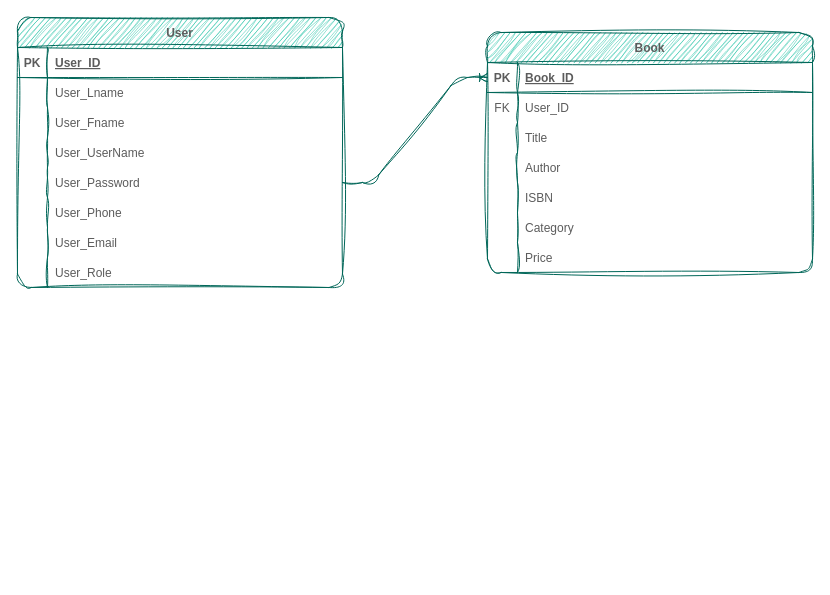
Earlier version of the draw.io diagram LMS-ERD.drawio (MalekGhazal/LMS-Project). Source tidied: cells renumbered, new cells numbered last; positions are measured from the earlier drawing's top-left corner, leaving out a move shared by most shapes. Both pictures are drawn from the tidied source at 100%, with x=0, y=0 at pixel (17, 17).
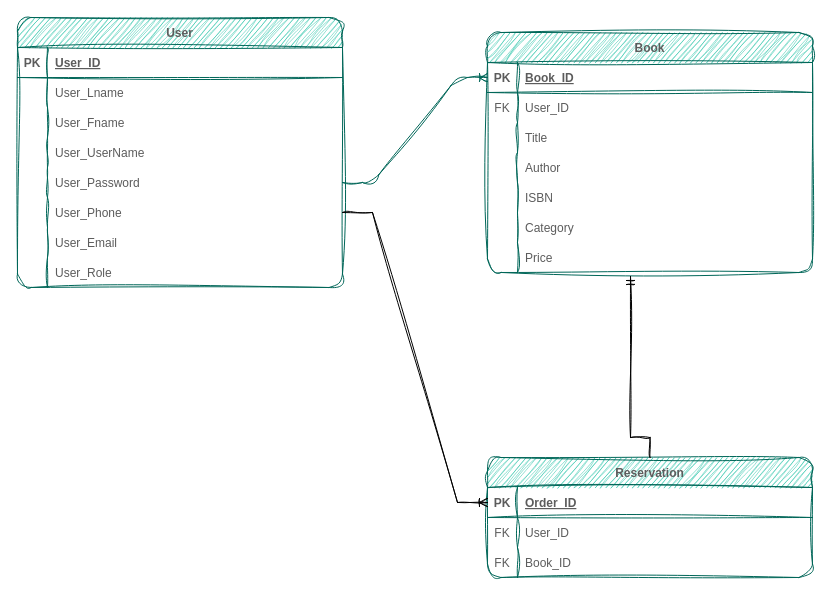
After the change.

The change refers to these unchanged cells:
```xml
<mxCell id="18" style="shape=partialRectangle;fillColor=none;points=[[0,0.5],[1,0.5]];portConstraint=eastwest;top=0;left=0;right=0;bottom=0;rounded=1;sketch=1;curveFitting=1;jiggle=2;labelBackgroundColor=none;strokeColor=#006658;fontColor=#5C5C5C;" parent="2" vertex="1">
  <mxGeometry y="180" width="325" height="30" as="geometry" />
</mxCell>
<mxCell id="46" style="shape=partialRectangle;fillColor=none;points=[[0,0.5],[1,0.5]];portConstraint=eastwest;top=0;left=0;right=0;bottom=0;rounded=1;sketch=1;curveFitting=1;jiggle=2;labelBackgroundColor=none;strokeColor=#006658;fontColor=#5C5C5C;" parent="27" vertex="1">
  <mxGeometry y="210" width="325" height="30" as="geometry" />
</mxCell>
```

The edit, as a diff of the source:
```diff
@@
+    <mxCell id="50" value="Reservation" style="shape=table;startSize=30;childLayout=tableLayout;rowLines=0;fontStyle=1;align=center;rounded=1;sketch=1;curveFitting=1;jiggle=2;labelBackgroundColor=none;fillColor=#21C0A5;strokeColor=#006658;fontColor=#5C5C5C;" parent="1" vertex="1">
+      <mxGeometry x="470" y="440" width="325" height="120" as="geometry" />
+    </mxCell>
+    <mxCell id="51" style="shape=partialRectangle;fillColor=none;points=[[0,0.5],[1,0.5]];portConstraint=eastwest;top=0;left=0;right=0;bottom=1;rounded=1;sketch=1;curveFitting=1;jiggle=2;labelBackgroundColor=none;strokeColor=#006658;fontColor=#5C5C5C;" parent="50" vertex="1">
+      <mxGeometry y="30" width="325" height="30" as="geometry" />
+    </mxCell>
+    <mxCell id="52" value="PK" style="shape=partialRectangle;overflow=hidden;fillColor=none;top=0;left=0;bottom=0;right=0;fontStyle=1;rounded=1;sketch=1;curveFitting=1;jiggle=2;labelBackgroundColor=none;strokeColor=#006658;fontColor=#5C5C5C;" parent="51" vertex="1">
+      <mxGeometry width="30" height="30" as="geometry" />
+    </mxCell>
+    <mxCell id="53" value="Order_ID" style="shape=partialRectangle;overflow=hidden;fillColor=none;top=0;left=0;bottom=0;right=0;align=left;spacingLeft=6;fontStyle=5;rounded=1;sketch=1;curveFitting=1;jiggle=2;labelBackgroundColor=none;strokeColor=#006658;fontColor=#5C5C5C;" parent="51" vertex="1">
+      <mxGeometry x="30" width="295" height="30" as="geometry" />
+    </mxCell>
+    <mxCell id="54" style="shape=partialRectangle;fillColor=none;top=0;left=0;right=0;bottom=0;rounded=1;sketch=1;curveFitting=1;jiggle=2;labelBackgroundColor=none;strokeColor=#006658;fontColor=#5C5C5C;" parent="50" vertex="1">
+      <mxGeometry y="60" width="325" height="30" as="geometry" />
+    </mxCell>
+    <mxCell id="55" value="FK" style="shape=partialRectangle;overflow=hidden;fillColor=none;top=0;left=0;bottom=0;right=0;rounded=1;sketch=1;curveFitting=1;jiggle=2;labelBackgroundColor=none;strokeColor=#006658;fontColor=#5C5C5C;" parent="54" vertex="1">
+      <mxGeometry width="30" height="30" as="geometry" />
+    </mxCell>
+    <mxCell id="56" value="User_ID" style="shape=partialRectangle;overflow=hidden;fillColor=none;top=0;left=0;bottom=0;right=0;align=left;spacingLeft=6;rounded=1;sketch=1;curveFitting=1;jiggle=2;labelBackgroundColor=none;strokeColor=#006658;fontColor=#5C5C5C;" parent="54" vertex="1">
+      <mxGeometry x="30" width="295" height="30" as="geometry" />
+    </mxCell>
+    <mxCell id="57" style="shape=partialRectangle;fillColor=none;top=0;left=0;right=0;bottom=0;rounded=1;sketch=1;curveFitting=1;jiggle=2;labelBackgroundColor=none;strokeColor=#006658;fontColor=#5C5C5C;" parent="50" vertex="1">
+      <mxGeometry y="90" width="325" height="30" as="geometry" />
+    </mxCell>
+    <mxCell id="58" value="FK" style="shape=partialRectangle;overflow=hidden;fillColor=none;top=0;left=0;bottom=0;right=0;rounded=1;sketch=1;curveFitting=1;jiggle=2;labelBackgroundColor=none;strokeColor=#006658;fontColor=#5C5C5C;" parent="57" vertex="1">
+      <mxGeometry width="30" height="30" as="geometry" />
+    </mxCell>
+    <mxCell id="59" value="Book_ID" style="shape=partialRectangle;overflow=hidden;fillColor=none;top=0;left=0;bottom=0;right=0;align=left;spacingLeft=6;rounded=1;sketch=1;curveFitting=1;jiggle=2;labelBackgroundColor=none;strokeColor=#006658;fontColor=#5C5C5C;" parent="57" vertex="1">
+      <mxGeometry x="30" width="295" height="30" as="geometry" />
+    </mxCell>
+    <mxCell id="60" style="edgeStyle=entityRelationEdgeStyle;fontSize=12;html=1;endArrow=ERoneToMany;rounded=0;sketch=1;hachureGap=4;jiggle=2;curveFitting=1;fontFamily=Architects Daughter;exitX=1;exitY=0.5;exitDx=0;exitDy=0;entryX=0;entryY=0.5;entryDx=0;entryDy=0;" parent="1" edge="1" source="18" target="51">
+      <mxGeometry relative="1" as="geometry">
+        <Array as="points">
+          <mxPoint x="457" y="380" />
+          <mxPoint x="457" y="320" />
+        </Array>
+      </mxGeometry>
+    </mxCell>
+    <mxCell id="61" style="edgeStyle=orthogonalEdgeStyle;fontSize=12;html=1;endArrow=ERmandOne;rounded=0;sketch=1;hachureGap=4;jiggle=2;curveFitting=1;fontFamily=Architects Daughter;entryX=0.44;entryY=1.133;entryDx=0;entryDy=0;entryPerimeter=0;exitX=0.5;exitY=0;exitDx=0;exitDy=0;" parent="1" edge="1" source="50" target="46">
+      <mxGeometry relative="1" as="geometry">
+        <Array as="points">
+          <mxPoint x="633" y="420" />
+          <mxPoint x="613" y="420" />
+        </Array>
+      </mxGeometry>
+    </mxCell>
```
